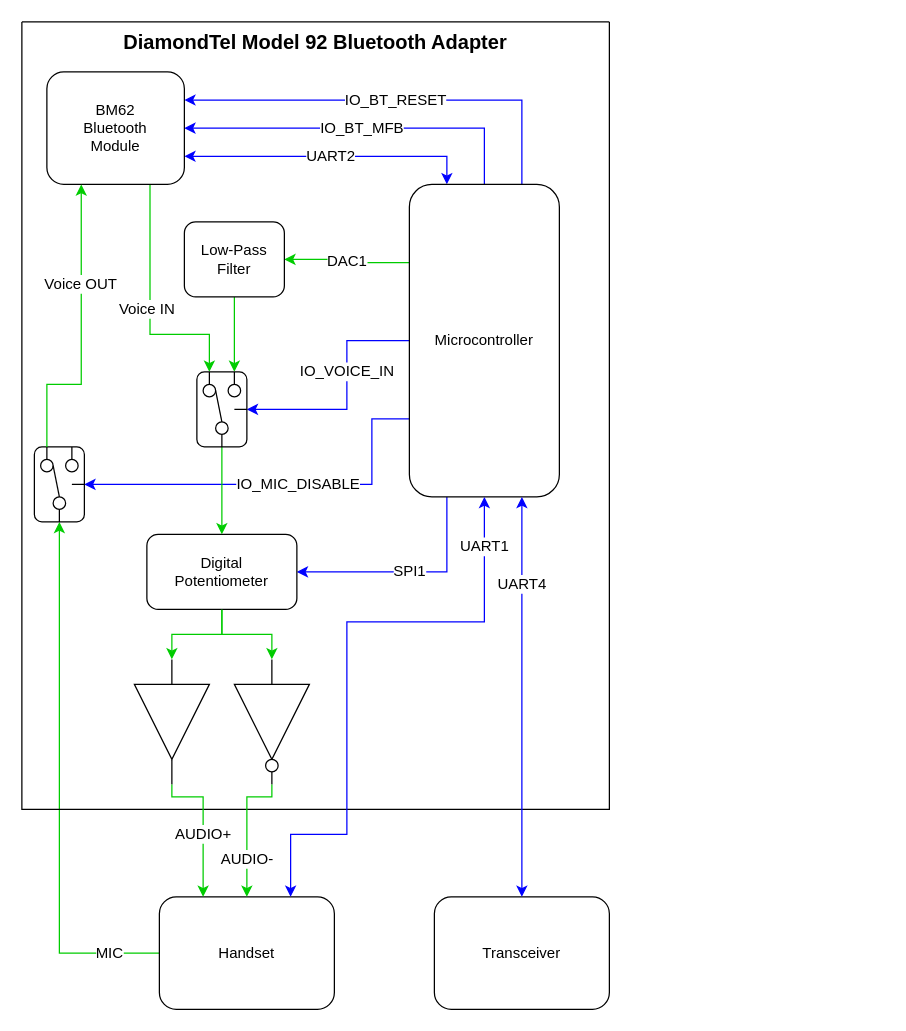
Earlier version of the draw.io diagram drawio/circuit_component_diagram.drawio (UselessPickles/diamondtel-m92-bluetooth). Source tidied: cells renumbered, new cells numbered last; positions are measured from the earlier drawing's top-left corner, leaving out a move shared by most shapes. Both pictures are drawn from the tidied source at 125%, with x=0, y=0 at pixel (21, 21).
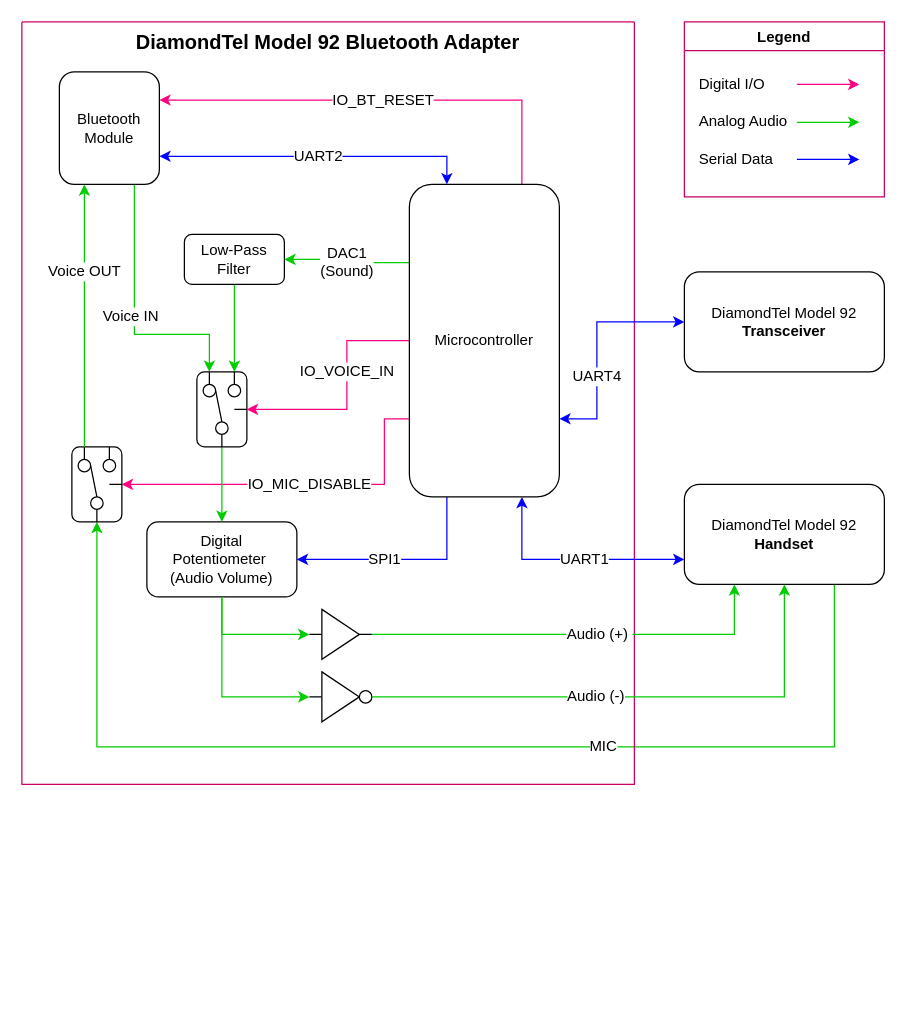
Above is the later version.

Commit message (it also covers changes not shown here):
Update circuit component diagram

The change refers to these unchanged cells:
```xml
<mxCell id="12" value="Microcontroller" style="rounded=1;whiteSpace=wrap;html=1;" parent="4" vertex="1">
  <mxGeometry x="310" y="130" width="120" height="250" as="geometry" />
</mxCell>
<mxCell id="22" style="rounded=1;whiteSpace=wrap;html=1;points=[[0.25,0,0,0,0],[0.5,1,0,0,0],[0.75,0,0,0,0],[1,0.5,0,0,0]];" parent="21" vertex="1">
  <mxGeometry width="40" height="60" as="geometry" />
</mxCell>
<mxCell id="36" style="rounded=1;whiteSpace=wrap;html=1;points=[[0.25,0,0,0,0],[0.5,1,0,0,0],[0.75,0,0,0,0],[1,0.5,0,0,0]];" parent="35" vertex="1">
  <mxGeometry width="40" height="60" as="geometry" />
</mxCell>
```

What changed in the source:
```diff
@@
-    <mxCell id="2" value="MIC" style="edgeStyle=orthogonalEdgeStyle;rounded=0;jettySize=auto;html=1;strokeColor=#00CC00;entryX=0.5;entryY=1;entryDx=0;entryDy=0;entryPerimeter=0;fontSize=12;exitX=0;exitY=0.5;exitDx=0;exitDy=0;" parent="1" edge="1" source="3" target="36">
-      <mxGeometry x="-0.81" relative="1" as="geometry">
+    <mxCell id="2" value="MIC" style="edgeStyle=orthogonalEdgeStyle;rounded=0;jettySize=auto;html=1;strokeColor=#00CC00;entryX=0.5;entryY=1;entryDx=0;entryDy=0;entryPerimeter=0;fontSize=12;exitX=0.75;exitY=1;exitDx=0;exitDy=0;" parent="1" edge="1" source="3" target="36">
+      <mxGeometry x="-0.3" relative="1" as="geometry">
         <Array as="points">
-          <mxPoint x="30" y="745" />
+          <mxPoint x="650" y="580" />
+          <mxPoint x="60" y="580" />
         </Array>
       </mxGeometry>
     </mxCell>
-    <mxCell id="3" value="Handset" style="rounded=1;whiteSpace=wrap;html=1;" parent="1" vertex="1">
-      <mxGeometry x="110" y="700" width="140" height="90" as="geometry" />
+    <mxCell id="3" value="DiamondTel Model 92&lt;br&gt;&lt;b&gt;Handset&lt;/b&gt;" style="rounded=1;whiteSpace=wrap;html=1;" parent="1" vertex="1">
+      <mxGeometry x="530" y="370" width="160" height="80" as="geometry" />
     </mxCell>
-    <mxCell id="4" value="DiamondTel Model 92 Bluetooth Adapter" style="swimlane;startSize=0;verticalAlign=top;fontSize=16;" parent="1" vertex="1">
-      <mxGeometry width="470" height="630" as="geometry" />
+    <mxCell id="4" value="DiamondTel Model 92 Bluetooth Adapter" style="swimlane;startSize=0;verticalAlign=top;fontSize=16;strokeColor=#CC0066;" parent="1" vertex="1">
+      <mxGeometry width="490" height="610" as="geometry" />
     </mxCell>
-    <mxCell id="5" value="DAC1" style="edgeStyle=orthogonalEdgeStyle;rounded=0;jettySize=auto;html=1;strokeColor=#00CC00;entryX=1;entryY=0.5;entryDx=0;entryDy=0;exitX=0;exitY=0.25;exitDx=0;exitDy=0;fontSize=12;" parent="4" edge="1" source="12" target="19">
+    <mxCell id="5" value="DAC1&lt;br&gt;(Sound)" style="edgeStyle=orthogonalEdgeStyle;rounded=0;jettySize=auto;html=1;strokeColor=#00CC00;entryX=1;entryY=0.5;entryDx=0;entryDy=0;exitX=0;exitY=0.25;exitDx=0;exitDy=0;fontSize=12;" parent="4" edge="1" source="12" target="19">
       <mxGeometry relative="1" as="geometry" />
     </mxCell>
-    <mxCell id="6" value="IO_MIC_DISABLE" style="edgeStyle=orthogonalEdgeStyle;rounded=0;jettySize=auto;html=1;exitX=0;exitY=0.75;exitDx=0;exitDy=0;entryX=1;entryY=0.5;entryDx=0;entryDy=0;entryPerimeter=0;strokeColor=#0000FF;fontSize=12;" parent="4" edge="1" source="12" target="36">
-      <mxGeometry x="-0.09" relative="1" as="geometry">
+    <mxCell id="6" value="IO_MIC_DISABLE" style="edgeStyle=orthogonalEdgeStyle;rounded=0;jettySize=auto;html=1;exitX=0;exitY=0.75;exitDx=0;exitDy=0;entryX=1;entryY=0.5;entryDx=0;entryDy=0;entryPerimeter=0;strokeColor=#FF0080;fontSize=12;" parent="4" edge="1" source="12" target="36">
+      <mxGeometry x="-0.06" relative="1" as="geometry">
         <Array as="points">
-          <mxPoint x="280" y="318" />
-          <mxPoint x="280" y="370" />
+          <mxPoint x="290" y="317" />
+          <mxPoint x="290" y="370" />
         </Array>
       </mxGeometry>
     </mxCell>
-    <mxCell id="7" value="IO_VOICE_IN" style="edgeStyle=orthogonalEdgeStyle;rounded=0;jettySize=auto;html=1;exitX=0;exitY=0.5;exitDx=0;exitDy=0;entryX=1;entryY=0.5;entryDx=0;entryDy=0;entryPerimeter=0;strokeColor=#0000FF;fontSize=12;" parent="4" edge="1" source="12" target="22">
+    <mxCell id="7" value="IO_VOICE_IN" style="edgeStyle=orthogonalEdgeStyle;rounded=0;jettySize=auto;html=1;exitX=0;exitY=0.5;exitDx=0;exitDy=0;entryX=1;entryY=0.5;entryDx=0;entryDy=0;entryPerimeter=0;strokeColor=#FF0080;fontSize=12;" parent="4" edge="1" source="12" target="22">
       <mxGeometry x="-0.19" relative="1" as="geometry">
         <Array as="points">
           <mxPoint x="260" y="255" />
           <mxPoint x="260" y="310" />
         </Array>
       </mxGeometry>
     </mxCell>
     <mxCell id="8" value="SPI1" style="edgeStyle=orthogonalEdgeStyle;rounded=0;jettySize=auto;html=1;exitX=0.25;exitY=1;exitDx=0;exitDy=0;entryX=1;entryY=0.5;entryDx=0;entryDy=0;strokeColor=#0000FF;startArrow=none;startFill=0;fontSize=12;" parent="4" edge="1" source="12" target="16">
-      <mxGeometry relative="1" as="geometry">
+      <mxGeometry x="0.18" relative="1" as="geometry">
         <Array as="points">
-          <mxPoint x="340" y="440" />
+          <mxPoint x="340" y="430" />
         </Array>
       </mxGeometry>
     </mxCell>
@@
-    <mxCell id="10" value="IO_BT_RESET" style="edgeStyle=orthogonalEdgeStyle;rounded=0;jettySize=auto;html=1;exitX=0.75;exitY=0;exitDx=0;exitDy=0;entryX=1;entryY=0.25;entryDx=0;entryDy=0;strokeColor=#0000FF;startArrow=none;startFill=0;fontSize=12;" parent="4" edge="1" source="12" target="14">
+    <mxCell id="10" value="IO_BT_RESET" style="edgeStyle=orthogonalEdgeStyle;rounded=0;jettySize=auto;html=1;exitX=0.75;exitY=0;exitDx=0;exitDy=0;entryX=1;entryY=0.25;entryDx=0;entryDy=0;strokeColor=#FF0080;startArrow=none;startFill=0;fontSize=12;" parent="4" edge="1" source="12" target="14">
       <mxGeometry relative="1" as="geometry" />
     </mxCell>
-    <mxCell id="11" value="IO_BT_MFB" style="edgeStyle=orthogonalEdgeStyle;rounded=0;jettySize=auto;html=1;exitX=0.5;exitY=0;exitDx=0;exitDy=0;entryX=1;entryY=0.5;entryDx=0;entryDy=0;strokeColor=#0000FF;startArrow=none;startFill=0;fontSize=12;" parent="4" edge="1" source="12" target="14">
-      <mxGeometry relative="1" as="geometry" />
-    </mxCell>
@@
     <mxCell id="13" value="Voice IN" style="edgeStyle=orthogonalEdgeStyle;rounded=0;jettySize=auto;html=1;strokeColor=#00CC00;entryX=0.25;entryY=0;entryDx=0;entryDy=0;entryPerimeter=0;exitX=0.75;exitY=1;exitDx=0;exitDy=0;fontSize=12;" parent="4" edge="1" source="14" target="22">
       <mxGeometry x="0.01" y="-3" relative="1" as="geometry">
         <Array as="points">
-          <mxPoint x="103" y="250" />
+          <mxPoint x="90" y="250" />
           <mxPoint x="150" y="250" />
         </Array>
       </mxGeometry>
     </mxCell>
-    <mxCell id="14" value="BM62&lt;br&gt;Bluetooth&lt;br&gt;Module" style="rounded=1;whiteSpace=wrap;html=1;" parent="4" vertex="1">
-      <mxGeometry x="20" y="40" width="110" height="90" as="geometry" />
+    <mxCell id="14" value="Bluetooth&lt;br&gt;Module" style="rounded=1;whiteSpace=wrap;html=1;" parent="4" vertex="1">
+      <mxGeometry x="30" y="40" width="80" height="90" as="geometry" />
     </mxCell>
-    <mxCell id="15" style="edgeStyle=orthogonalEdgeStyle;rounded=0;jettySize=auto;html=1;entryX=0;entryY=0.5;entryDx=0;entryDy=0;strokeColor=#00CC00;" parent="4" edge="1" source="16" target="17">
-      <mxGeometry relative="1" as="geometry">
-        <Array as="points">
-          <mxPoint x="160" y="490" />
-          <mxPoint x="120" y="490" />
-        </Array>
-      </mxGeometry>
-    </mxCell>
-    <mxCell id="16" value="Digital&lt;br&gt;Potentiometer" style="rounded=1;whiteSpace=wrap;html=1;" parent="4" vertex="1">
-      <mxGeometry x="100" y="410" width="120" height="60" as="geometry" />
+    <mxCell id="16" value="Digital&lt;br&gt;Potentiometer&amp;nbsp;&lt;br&gt;(Audio Volume)" style="rounded=1;whiteSpace=wrap;html=1;" parent="4" vertex="1">
+      <mxGeometry x="100" y="400" width="120" height="60" as="geometry" />
     </mxCell>
-    <mxCell id="17" style="verticalLabelPosition=bottom;shadow=0;dashed=0;align=center;html=1;verticalAlign=top;shape=mxgraph.electrical.logic_gates.buffer2;direction=south;" parent="4" vertex="1">
-      <mxGeometry x="90" y="510" width="60" height="100" as="geometry" />
-    </mxCell>
@@
     <mxCell id="19" value="Low-Pass&lt;br&gt;Filter" style="rounded=1;whiteSpace=wrap;html=1;" parent="4" vertex="1">
-      <mxGeometry x="130" y="160" width="80" height="60" as="geometry" />
+      <mxGeometry x="130" y="170" width="80" height="40" as="geometry" />
     </mxCell>
@@
-    <mxCell id="31" style="group;" parent="4" vertex="1">
-      <mxGeometry x="170" y="510" width="60" height="100" as="geometry" />
-    </mxCell>
-    <mxCell id="32" style="verticalLabelPosition=bottom;shadow=0;dashed=0;align=center;html=1;verticalAlign=top;shape=mxgraph.electrical.logic_gates.buffer2;direction=south;" parent="31" vertex="1">
-      <mxGeometry width="60" height="100" as="geometry" />
-    </mxCell>
-    <mxCell id="33" style="ellipse;whiteSpace=wrap;html=1;strokeColor=#000000;" parent="31" vertex="1">
-      <mxGeometry x="25" y="80" width="10" height="10" as="geometry" />
-    </mxCell>
-    <mxCell id="34" style="edgeStyle=orthogonalEdgeStyle;rounded=0;jettySize=auto;html=1;strokeColor=#00CC00;exitX=0.5;exitY=1;exitDx=0;exitDy=0;entryX=0;entryY=0.5;entryDx=0;entryDy=0;" parent="4" edge="1" source="16" target="32">
-      <mxGeometry relative="1" as="geometry">
-        <Array as="points">
-          <mxPoint x="160" y="490" />
-          <mxPoint x="200" y="490" />
-        </Array>
-      </mxGeometry>
-    </mxCell>
     <mxCell id="35" style="group;" parent="4" vertex="1">
-      <mxGeometry x="10" y="340" width="40" height="60" as="geometry" />
+      <mxGeometry x="40" y="340" width="40" height="60" as="geometry" />
     </mxCell>
@@
     <mxCell id="45" value="Voice OUT" style="edgeStyle=orthogonalEdgeStyle;rounded=0;jettySize=auto;html=1;exitX=0.25;exitY=0;exitDx=0;exitDy=0;exitPerimeter=0;entryX=0.25;entryY=1;entryDx=0;entryDy=0;strokeColor=#00CC00;fontSize=12;startArrow=none;startFill=0;" parent="4" edge="1" source="36" target="14">
       <mxGeometry x="0.33" relative="1" as="geometry">
         <Array as="points">
-          <mxPoint x="20" y="290" />
-          <mxPoint x="47" y="290" />
+          <mxPoint x="50" y="320" />
+          <mxPoint x="50" y="320" />
         </Array>
       </mxGeometry>
     </mxCell>
+    <mxCell id="51" style="verticalLabelPosition=bottom;shadow=0;dashed=0;align=center;html=1;verticalAlign=top;shape=mxgraph.electrical.logic_gates.buffer2;strokeColor=#000000;" parent="4" vertex="1">
+      <mxGeometry x="230" y="470" width="50" height="40" as="geometry" />
+    </mxCell>
+    <mxCell id="52" style="verticalLabelPosition=bottom;shadow=0;dashed=0;align=center;html=1;verticalAlign=top;shape=mxgraph.electrical.logic_gates.buffer2;strokeColor=#000000;" parent="4" vertex="1">
+      <mxGeometry x="230" y="520" width="50" height="40" as="geometry" />
+    </mxCell>
+    <mxCell id="53" style="edgeStyle=segmentEdgeStyle;endArrow=classic;html=1;rounded=0;strokeColor=#00CC00;fillColor=#0000FF;entryX=0;entryY=0.5;entryDx=0;entryDy=0;exitX=0.5;exitY=1;exitDx=0;exitDy=0;" parent="4" edge="1" source="16" target="51">
+      <mxGeometry relative="1" as="geometry">
+        <Array as="points">
+          <mxPoint x="160" y="490" />
+        </Array>
+      </mxGeometry>
+    </mxCell>
+    <mxCell id="54" style="edgeStyle=segmentEdgeStyle;endArrow=classic;html=1;rounded=0;strokeColor=#00CC00;fillColor=#0000FF;entryX=0;entryY=0.5;entryDx=0;entryDy=0;exitX=0.5;exitY=1;exitDx=0;exitDy=0;" parent="4" edge="1" source="16" target="52">
+      <mxGeometry relative="1" as="geometry">
+        <Array as="points">
+          <mxPoint x="160" y="540" />
+        </Array>
+      </mxGeometry>
+    </mxCell>
+    <mxCell id="55" style="ellipse;whiteSpace=wrap;html=1;strokeColor=#000000;" parent="4" vertex="1">
+      <mxGeometry x="270" y="535" width="10" height="10" as="geometry" />
+    </mxCell>
-    <mxCell id="46" value="Transceiver" style="rounded=1;whiteSpace=wrap;html=1;" parent="1" vertex="1">
-      <mxGeometry x="330" y="700" width="140" height="90" as="geometry" />
+    <mxCell id="46" value="DiamondTel Model 92&lt;br&gt;&lt;b&gt;Transceiver&lt;/b&gt;" style="rounded=1;whiteSpace=wrap;html=1;" parent="1" vertex="1">
+      <mxGeometry x="530" y="200" width="160" height="80" as="geometry" />
     </mxCell>
-    <mxCell id="47" value="AUDIO+" style="edgeStyle=segmentEdgeStyle;endArrow=classic;html=1;rounded=0;strokeColor=#00CC00;exitX=1;exitY=0.5;exitDx=0;exitDy=0;entryX=0.25;entryY=0;entryDx=0;entryDy=0;fontSize=12;" parent="1" edge="1" source="17" target="3">
-      <mxGeometry x="0.13" relative="1" as="geometry">
-        <Array as="points">
-          <mxPoint x="120" y="620" />
-          <mxPoint x="145" y="620" />
-        </Array>
-      </mxGeometry>
-    </mxCell>
-    <mxCell id="48" value="AUDIO-" style="edgeStyle=segmentEdgeStyle;endArrow=classic;html=1;rounded=0;strokeColor=#00CC00;entryX=0.5;entryY=0;entryDx=0;entryDy=0;exitX=1;exitY=0.5;exitDx=0;exitDy=0;fontSize=12;" parent="1" edge="1" source="32" target="3">
-      <mxGeometry x="0.45" relative="1" as="geometry">
-        <Array as="points">
-          <mxPoint x="200" y="620" />
-          <mxPoint x="180" y="620" />
-        </Array>
-      </mxGeometry>
-    </mxCell>
-    <mxCell id="49" value="UART1" style="edgeStyle=orthogonalEdgeStyle;rounded=0;jettySize=auto;html=1;exitX=0.5;exitY=1;exitDx=0;exitDy=0;entryX=0.75;entryY=0;entryDx=0;entryDy=0;strokeColor=#0000FF;startArrow=classic;startFill=1;fontSize=12;" parent="1" edge="1" source="12" target="3">
-      <mxGeometry x="-0.83" relative="1" as="geometry">
+    <mxCell id="49" value="UART1" style="edgeStyle=orthogonalEdgeStyle;rounded=0;jettySize=auto;html=1;exitX=0.75;exitY=1;exitDx=0;exitDy=0;strokeColor=#0000FF;startArrow=classic;startFill=1;fontSize=12;entryX=0;entryY=0.75;entryDx=0;entryDy=0;" parent="1" edge="1" source="12" target="3">
+      <mxGeometry x="0.11" relative="1" as="geometry">
         <Array as="points">
-          <mxPoint x="370" y="480" />
-          <mxPoint x="260" y="480" />
-          <mxPoint x="260" y="650" />
-          <mxPoint x="215" y="650" />
+          <mxPoint x="400" y="430" />
+          <mxPoint x="530" y="430" />
         </Array>
       </mxGeometry>
     </mxCell>
-    <mxCell id="50" value="UART4" style="edgeStyle=orthogonalEdgeStyle;rounded=0;jettySize=auto;html=1;exitX=0.75;exitY=1;exitDx=0;exitDy=0;entryX=0.5;entryY=0;entryDx=0;entryDy=0;strokeColor=#0000FF;startArrow=classic;startFill=1;fontSize=12;" parent="1" edge="1" source="12" target="46">
-      <mxGeometry x="-0.56" relative="1" as="geometry">
+    <mxCell id="50" value="UART4" style="edgeStyle=orthogonalEdgeStyle;rounded=0;jettySize=auto;html=1;exitX=1;exitY=0.75;exitDx=0;exitDy=0;entryX=0;entryY=0.5;entryDx=0;entryDy=0;strokeColor=#0000FF;startArrow=classic;startFill=1;fontSize=12;" parent="1" edge="1" source="12" target="46">
+      <mxGeometry x="-0.28" relative="1" as="geometry">
         <Array as="points">
-          <mxPoint x="400" y="640" />
-          <mxPoint x="400" y="640" />
+          <mxPoint x="460" y="317" />
+          <mxPoint x="460" y="240" />
         </Array>
       </mxGeometry>
     </mxCell>
+    <mxCell id="56" value="Legend" style="swimlane;strokeColor=#CC0066;" parent="1" vertex="1">
+      <mxGeometry x="530" width="160" height="140" as="geometry" />
+    </mxCell>
+    <mxCell id="57" value="Digital I/O" style="edgeStyle=segmentEdgeStyle;endArrow=classic;html=1;rounded=0;strokeColor=#FF0080;align=left;fontSize=12;" parent="56" edge="1">
+      <mxGeometry x="-1" y="-80" relative="1" as="geometry">
+        <mxPoint x="90" y="50" as="sourcePoint" />
+        <mxPoint x="140" y="50" as="targetPoint" />
+        <Array as="points">
+          <mxPoint x="140" y="50" />
+          <mxPoint x="140" y="50" />
+        </Array>
+        <mxPoint x="-80" y="-80" as="offset" />
+      </mxGeometry>
+    </mxCell>
+    <mxCell id="58" value="Analog Audio" style="edgeStyle=segmentEdgeStyle;endArrow=classic;html=1;rounded=0;strokeColor=#00CC00;align=left;fontSize=12;" parent="56" edge="1">
+      <mxGeometry x="-1" y="-80" relative="1" as="geometry">
+        <mxPoint x="90" y="80" as="sourcePoint" />
+        <mxPoint x="140" y="80.3" as="targetPoint" />
+        <Array as="points">
+          <mxPoint x="140" y="80" />
+          <mxPoint x="140" y="80" />
+        </Array>
+        <mxPoint x="-80" y="-80" as="offset" />
+      </mxGeometry>
+    </mxCell>
+    <mxCell id="59" value="Serial Data" style="edgeStyle=segmentEdgeStyle;endArrow=classic;html=1;rounded=0;strokeColor=#0000FF;fillColor=#0000FF;align=left;fontSize=12;" parent="56" edge="1">
+      <mxGeometry x="-1" y="-80" relative="1" as="geometry">
+        <mxPoint x="90" y="110" as="sourcePoint" />
+        <mxPoint x="140" y="110" as="targetPoint" />
+        <Array as="points">
+          <mxPoint x="140" y="110" />
+          <mxPoint x="140" y="110" />
+        </Array>
+        <mxPoint x="-80" y="-80" as="offset" />
+      </mxGeometry>
+    </mxCell>
+    <mxCell id="60" value="Audio (+)&amp;nbsp;" style="edgeStyle=elbowEdgeStyle;elbow=vertical;endArrow=classic;html=1;rounded=0;strokeColor=#00CC00;fillColor=#0000FF;exitX=1;exitY=0.5;exitDx=0;exitDy=0;entryX=0.25;entryY=1;entryDx=0;entryDy=0;fontSize=12;" parent="1" edge="1" source="51" target="3">
+      <mxGeometry x="0.1" relative="1" as="geometry">
+        <Array as="points">
+          <mxPoint x="350" y="490" />
+        </Array>
+      </mxGeometry>
+    </mxCell>
+    <mxCell id="61" value="Audio (-)" style="edgeStyle=segmentEdgeStyle;endArrow=classic;html=1;rounded=0;strokeColor=#00CC00;fillColor=#0000FF;exitX=1;exitY=0.5;exitDx=0;exitDy=0;entryX=0.5;entryY=1;entryDx=0;entryDy=0;fontSize=12;" parent="1" edge="1" source="55" target="3">
+      <mxGeometry x="-0.15" relative="1" as="geometry" />
+    </mxCell>
```
